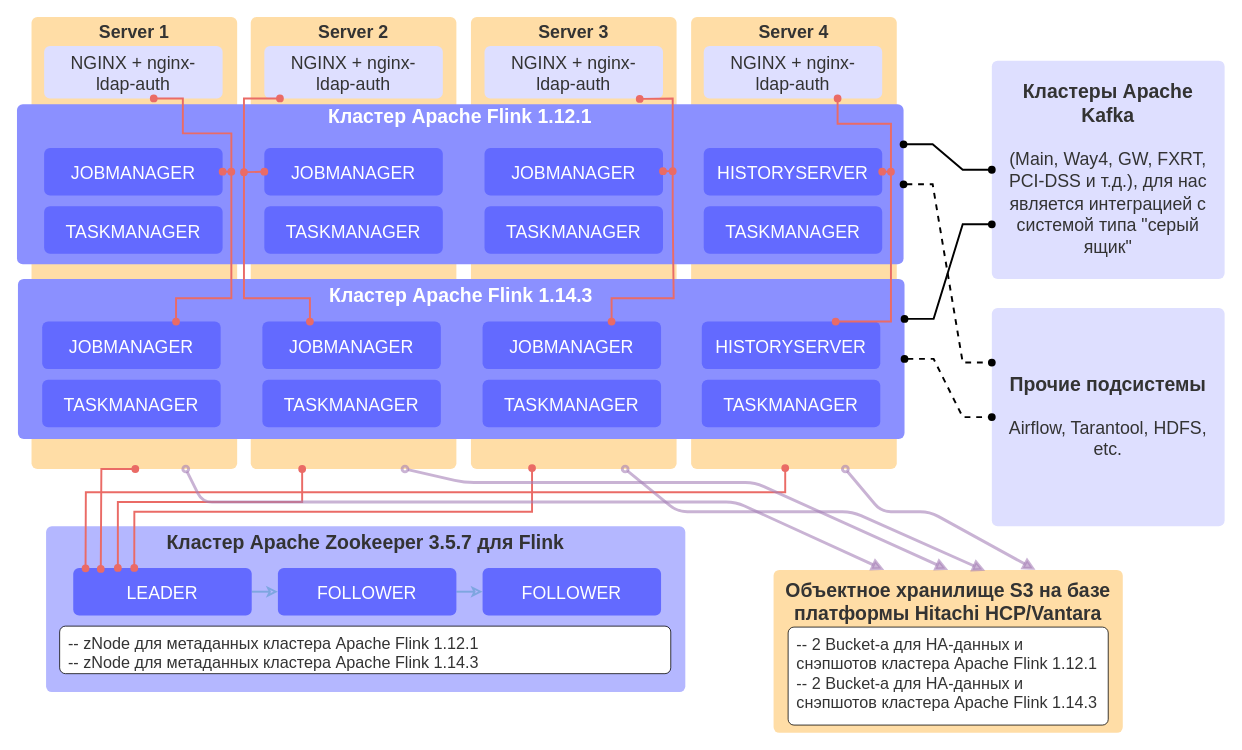
Above: Flink.drawio in parametriq/diagrams (draw.io), before the change. Source tidied: cells renumbered, new cells numbered last; positions are measured from the earlier drawing's top-left corner, leaving out a move shared by most shapes. Both pictures are drawn from the tidied source at 97%, with x=0, y=0 at pixel (16, 16).
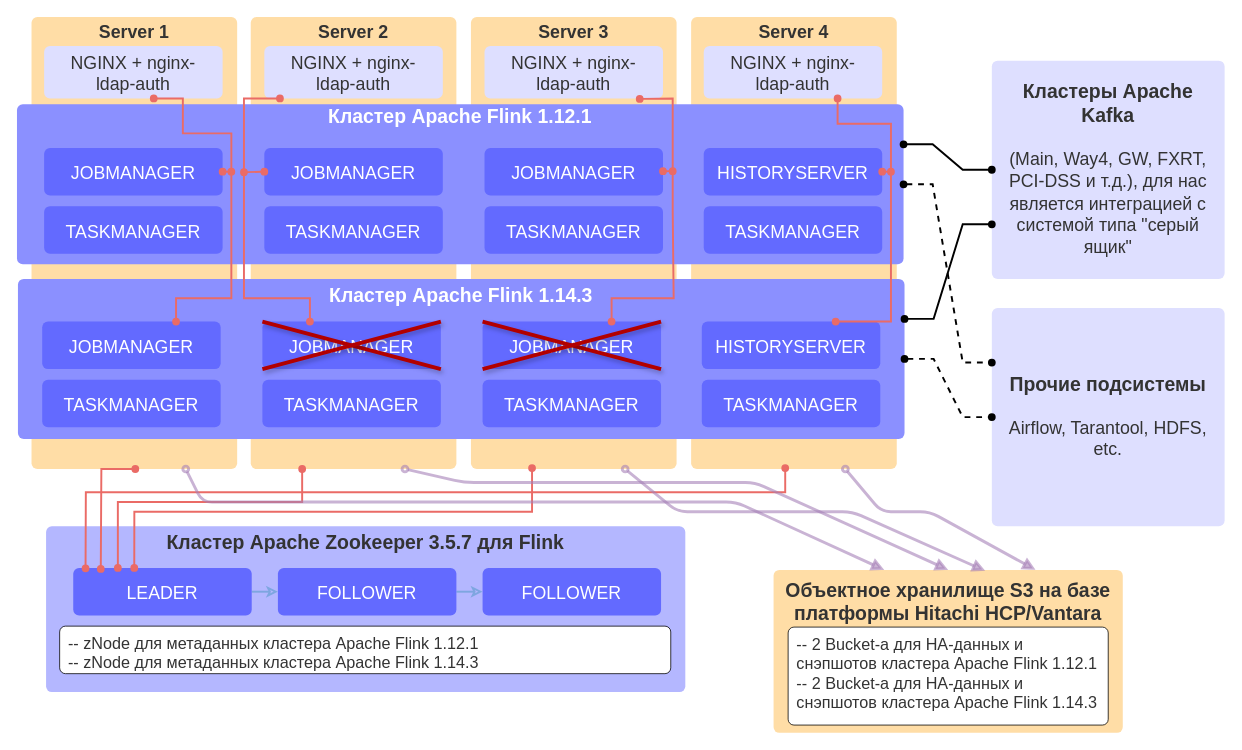
After the change.

The change refers to these unchanged cells:
```xml
<mxCell id="33" value="JOBMANAGER" style="html=1;overflow=block;blockSpacing=1;whiteSpace=wrap;fontSize=18.3;fontColor=#ffffff;align=center;spacingLeft=8.4;spacingRight=8.4;spacingTop=2.4;spacing=3.6;strokeOpacity=0;fillOpacity=100;rounded=1;absoluteArcSize=1;arcSize=12;fillColor=#636aff;strokeWidth=0.8;" parent="1" vertex="1">
  <mxGeometry x="253" y="314" width="184" height="49" as="geometry" />
</mxCell>
```

Diff of the diagram source:
```diff
@@
+    <mxCell id="59" style="endArrow=none;html=1;rounded=0;exitX=0;exitY=0;exitDx=0;exitDy=0;entryX=1;entryY=1;entryDx=0;entryDy=0;fillColor=#e51400;strokeColor=#B20000;strokeWidth=4;shadow=1;" parent="1" edge="1" source="33" target="33">
+      <mxGeometry relative="1" as="geometry" />
+    </mxCell>
+    <mxCell id="60" style="endArrow=none;html=1;rounded=0;exitX=0;exitY=1;exitDx=0;exitDy=0;entryX=1;entryY=0;entryDx=0;entryDy=0;fillColor=#e51400;strokeColor=#B20000;strokeWidth=4;shadow=1;" parent="1" edge="1" source="33" target="33">
+      <mxGeometry relative="1" as="geometry" />
+    </mxCell>
+    <mxCell id="61" style="endArrow=none;html=1;rounded=0;exitX=0;exitY=0;exitDx=0;exitDy=0;entryX=1;entryY=1;entryDx=0;entryDy=0;fillColor=#e51400;strokeColor=#B20000;strokeWidth=4;shadow=1;" parent="1" edge="1">
+      <mxGeometry relative="1" as="geometry">
+        <mxPoint x="480" y="314" as="sourcePoint" />
+        <mxPoint x="664" y="363" as="targetPoint" />
+      </mxGeometry>
+    </mxCell>
+    <mxCell id="62" style="endArrow=none;html=1;rounded=0;exitX=0;exitY=1;exitDx=0;exitDy=0;entryX=1;entryY=0;entryDx=0;entryDy=0;fillColor=#e51400;strokeColor=#B20000;strokeWidth=4;shadow=1;" parent="1" edge="1">
+      <mxGeometry relative="1" as="geometry">
+        <mxPoint x="480" y="363" as="sourcePoint" />
+        <mxPoint x="664" y="314" as="targetPoint" />
+      </mxGeometry>
+    </mxCell>
```
